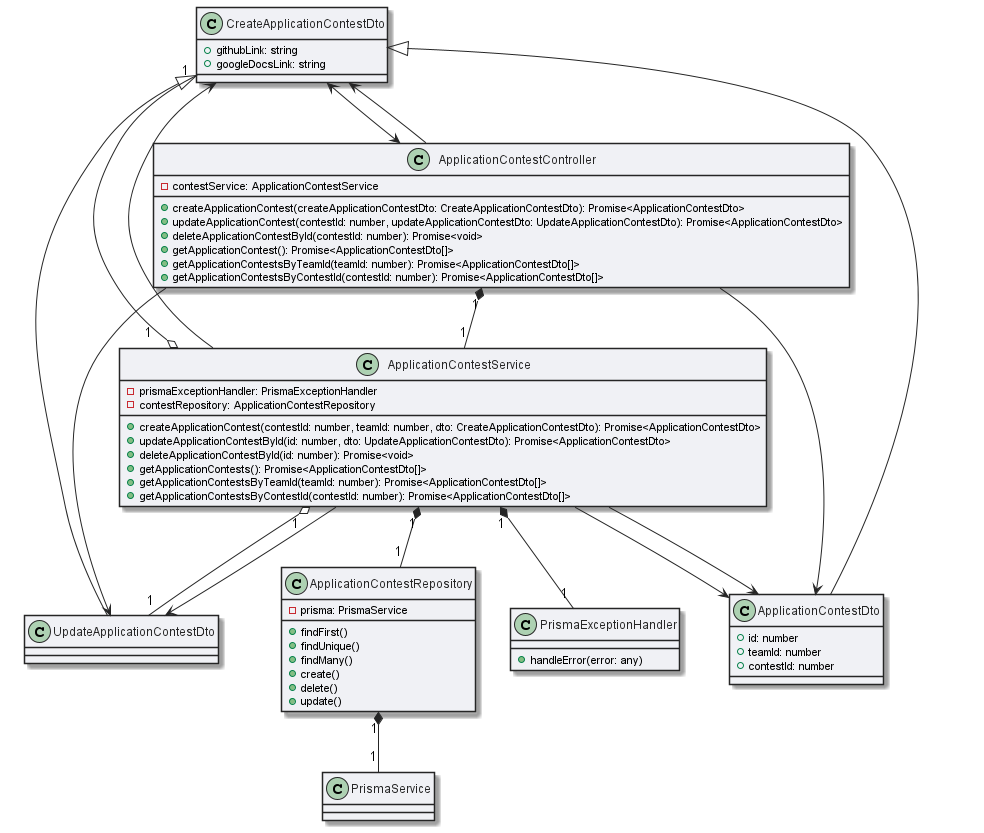
This is out/docs/diagrams/wsd/application_contests/application_contest_module.png from drDeepl/data-mining-lab-api-nest, a PlantUML export, as it was before one commit. The source it was exported from:
```plantuml
@startuml contest_module

skinparam ArrowColor #252525
skinparam ClassBackgroundColor #F0F1F5
skinparam ClassBorderColor #252525
skinparam ClassFontColor #252525


class CreateApplicationContestDto {
  + githubLink: string
  + googleDocsLink: string
}
class UpdateApplicationContestDto extends CreateApplicationContestDto {

}

class ApplicationContestDto extends CreateApplicationContestDto {
  + id: number
  + teamId: number
  + contestId: number
}


class ApplicationContestRepository {
  - prisma: PrismaService
  + findFirst()
  + findUnique()
  + findMany()
  + create()
  + delete()
  + update()
}

class PrismaExceptionHandler {
  + handleError(error: any)
}


class ApplicationContestService {
  - prismaExceptionHandler: PrismaExceptionHandler
  - contestRepository: ApplicationContestRepository
  + createApplicationContest(contestId: number, teamId: number, dto: CreateApplicationContestDto): Promise<ApplicationContestDto>
  + updateApplicationContestById(id: number, dto: UpdateApplicationContestDto): Promise<ApplicationContestDto>
  + deleteApplicationContestById(id: number): Promise<void>
  + getApplicationContests(): Promise<ApplicationContestDto[]>
  + getApplicationContestsByTeamId(teamId: number): Promise<ApplicationContestDto[]>
  + getApplicationContestsByContestId(contestId: number): Promise<ApplicationContestDto[]>
}

class ApplicationContestController {

  - contestService: ApplicationContestService
  + createApplicationContest(createApplicationContestDto: CreateApplicationContestDto): Promise<ApplicationContestDto>
  + updateApplicationContest(contestId: number, updateApplicationContestDto: UpdateApplicationContestDto): Promise<ApplicationContestDto>
  + deleteApplicationContestById(contestId: number): Promise<void>
  + getApplicationContest(): Promise<ApplicationContestDto[]>
  + getApplicationContestsByTeamId(teamId: number): Promise<ApplicationContestDto[]>
  + getApplicationContestsByContestId(contestId: number): Promise<ApplicationContestDto[]>
}
ApplicationContestRepository "1" *-- "1" PrismaService
ApplicationContestService "1" *-- "1" ApplicationContestRepository
ApplicationContestService "1" *-- "1" PrismaExceptionHandler
ApplicationContestController "1" *-- "1" ApplicationContestService

ApplicationContestController --> CreateApplicationContestDto
ApplicationContestController --> UpdateApplicationContestDto
ApplicationContestController --> ApplicationContestDto
CreateApplicationContestDto <--> ApplicationContestController

ApplicationContestService "1" o-- "1" CreateApplicationContestDto
ApplicationContestService "1" o-- "1" UpdateApplicationContestDto
ApplicationContestService --> ApplicationContestDto
ApplicationContestService --> CreateApplicationContestDto
ApplicationContestService --> UpdateApplicationContestDto
ApplicationContestService --> ApplicationContestDto




@enduml
```
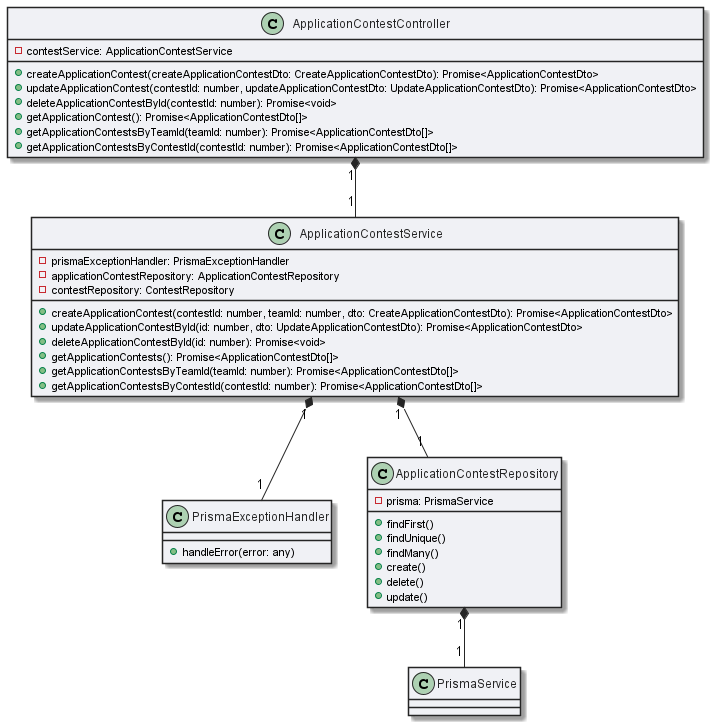
Later version of the same file.

The edit, as a diff of the source:
```diff
@@ -1,4 +1,4 @@
-@startuml contest_module
+@startuml application_contest_module
 
 skinparam ArrowColor #252525
 skinparam ClassBackgroundColor #F0F1F5
@@ -6,18 +6,8 @@
 skinparam ClassFontColor #252525
 
 
-class CreateApplicationContestDto {
-  + githubLink: string
-  + googleDocsLink: string
-}
-class UpdateApplicationContestDto extends CreateApplicationContestDto {
-
-}
-
-class ApplicationContestDto extends CreateApplicationContestDto {
-  + id: number
-  + teamId: number
-  + contestId: number
+class PrismaExceptionHandler {
+  + handleError(error: any)
 }
 
 
@@ -31,20 +21,19 @@
   + update()
 }
 
-class PrismaExceptionHandler {
-  + handleError(error: any)
-}
 
 
 class ApplicationContestService {
   - prismaExceptionHandler: PrismaExceptionHandler
-  - contestRepository: ApplicationContestRepository
+  - applicationContestRepository: ApplicationContestRepository
+  - contestRepository: ContestRepository
   + createApplicationContest(contestId: number, teamId: number, dto: CreateApplicationContestDto): Promise<ApplicationContestDto>
   + updateApplicationContestById(id: number, dto: UpdateApplicationContestDto): Promise<ApplicationContestDto>
   + deleteApplicationContestById(id: number): Promise<void>
   + getApplicationContests(): Promise<ApplicationContestDto[]>
   + getApplicationContestsByTeamId(teamId: number): Promise<ApplicationContestDto[]>
   + getApplicationContestsByContestId(contestId: number): Promise<ApplicationContestDto[]>
+
 }
 
 class ApplicationContestController {
@@ -62,19 +51,4 @@
 ApplicationContestService "1" *-- "1" PrismaExceptionHandler
 ApplicationContestController "1" *-- "1" ApplicationContestService
 
-ApplicationContestController --> CreateApplicationContestDto
-ApplicationContestController --> UpdateApplicationContestDto
-ApplicationContestController --> ApplicationContestDto
-CreateApplicationContestDto <--> ApplicationContestController
-
-ApplicationContestService "1" o-- "1" CreateApplicationContestDto
-ApplicationContestService "1" o-- "1" UpdateApplicationContestDto
-ApplicationContestService --> ApplicationContestDto
-ApplicationContestService --> CreateApplicationContestDto
-ApplicationContestService --> UpdateApplicationContestDto
-ApplicationContestService --> ApplicationContestDto
-
-
-
-
 @enduml
```
